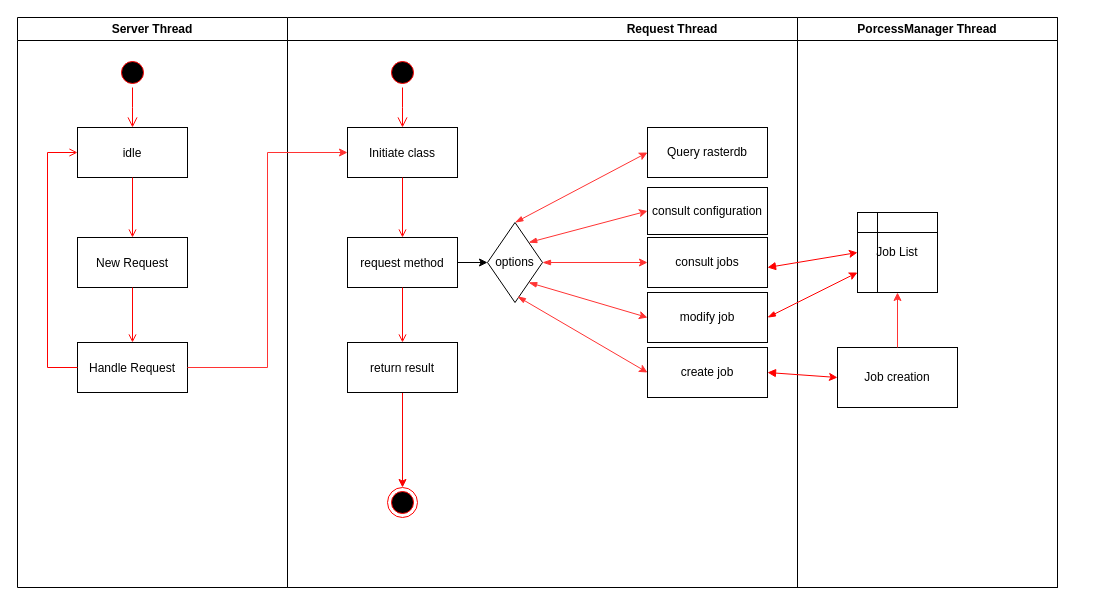
The draw.io diagram docs/masterflow.drawio in GIP-ITC-UniversityTwente/OpenEO_GIP, before the edit. Source tidied: cells renumbered, new cells numbered last; positions are measured from the earlier drawing's top-left corner, leaving out a move shared by most shapes. Both pictures are drawn from the tidied source at 100%, with x=0, y=0 at pixel (17, 17).
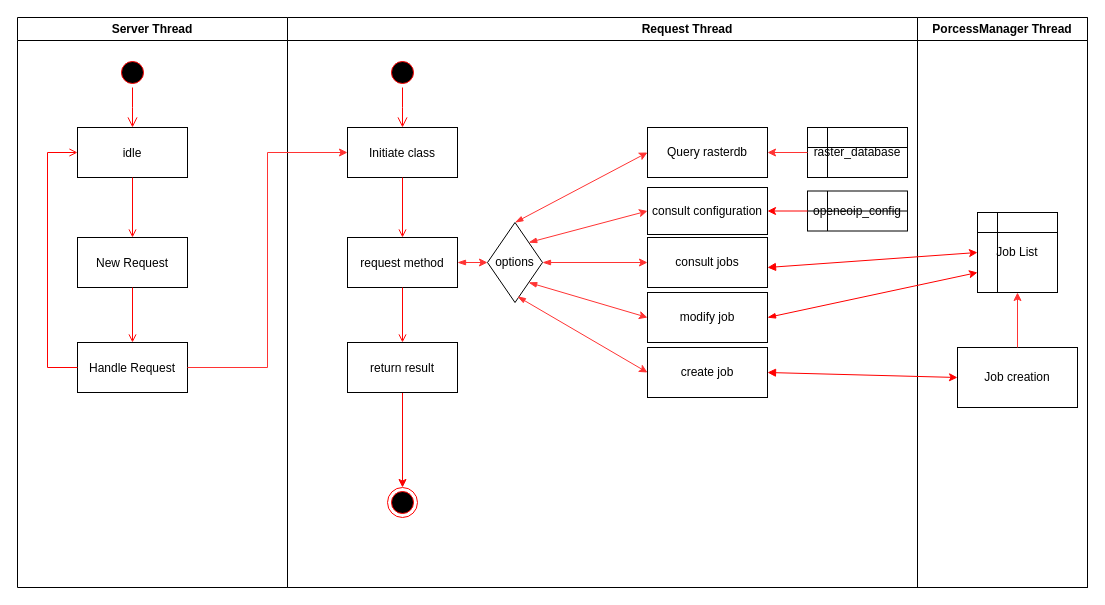
Above is the later version.

Unchanged cells that the change refers to:
```xml
<mxCell id="16" value="request method" parent="11" vertex="1">
  <mxGeometry x="60" y="220" width="110" height="50" as="geometry" />
</mxCell>
<mxCell id="23" value="consult configuration" style="rounded=0;whiteSpace=wrap;html=1;" parent="11" vertex="1">
  <mxGeometry x="360" y="170" width="120" height="47" as="geometry" />
</mxCell>
<mxCell id="27" value="options" style="rhombus;whiteSpace=wrap;html=1;" parent="11" vertex="1">
  <mxGeometry x="200" y="205" width="55" height="80" as="geometry" />
</mxCell>
<mxCell id="33" value="Query rasterdb" style="rounded=0;whiteSpace=wrap;html=1;" parent="11" vertex="1">
  <mxGeometry x="360" y="110" width="120" height="50" as="geometry" />
</mxCell>
```

The edit, as a diff of the source:
```diff
@@
     <mxCell id="11" value="Request Thread" style="swimlane;whiteSpace=wrap;" parent="1" vertex="1">
-      <mxGeometry x="270" width="770" height="570" as="geometry" />
+      <mxGeometry x="270" width="800" height="570" as="geometry" />
     </mxCell>
@@
-    <mxCell id="15" style="edgeStyle=orthogonalEdgeStyle;rounded=0;jettySize=auto;html=1;exitX=1;exitY=0.5;exitDx=0;exitDy=0;entryX=0;entryY=0.5;entryDx=0;entryDy=0;" parent="11" edge="1" source="16" target="27">
+    <mxCell id="15" style="edgeStyle=orthogonalEdgeStyle;rounded=0;jettySize=auto;html=1;exitX=1;exitY=0.5;exitDx=0;exitDy=0;entryX=0;entryY=0.5;entryDx=0;entryDy=0;strokeColor=#FF3333;startArrow=blockThin;startFill=1;" parent="11" edge="1" source="16" target="27">
       <mxGeometry relative="1" as="geometry" />
     </mxCell>
@@
     <mxCell id="34" value="PorcessManager Thread" style="swimlane;whiteSpace=wrap;html=1;" parent="11" vertex="1">
-      <mxGeometry x="510" width="260" height="570" as="geometry" />
+      <mxGeometry x="630" width="170" height="570" as="geometry" />
     </mxCell>
@@
+    <mxCell id="42" value="raster_database" style="shape=internalStorage;whiteSpace=wrap;html=1;backgroundOutline=1;" parent="11" vertex="1">
+      <mxGeometry x="520" y="110" width="100" height="50" as="geometry" />
+    </mxCell>
+    <mxCell id="43" value="openeoip_config" style="shape=internalStorage;whiteSpace=wrap;html=1;backgroundOutline=1;" parent="11" vertex="1">
+      <mxGeometry x="520" y="173.5" width="100" height="40" as="geometry" />
+    </mxCell>
+    <mxCell id="44" style="endArrow=classic;html=1;rounded=0;entryX=1;entryY=0.5;entryDx=0;entryDy=0;exitX=0;exitY=0.5;exitDx=0;exitDy=0;strokeColor=#FF3333;" parent="11" edge="1" source="42" target="33">
+      <mxGeometry relative="1" as="geometry" />
+    </mxCell>
+    <mxCell id="45" style="endArrow=classic;html=1;rounded=0;exitX=0;exitY=0.5;exitDx=0;exitDy=0;entryX=1;entryY=0.5;entryDx=0;entryDy=0;strokeColor=#FF0000;" parent="11" edge="1" source="43" target="23">
+      <mxGeometry relative="1" as="geometry" />
+    </mxCell>
```
